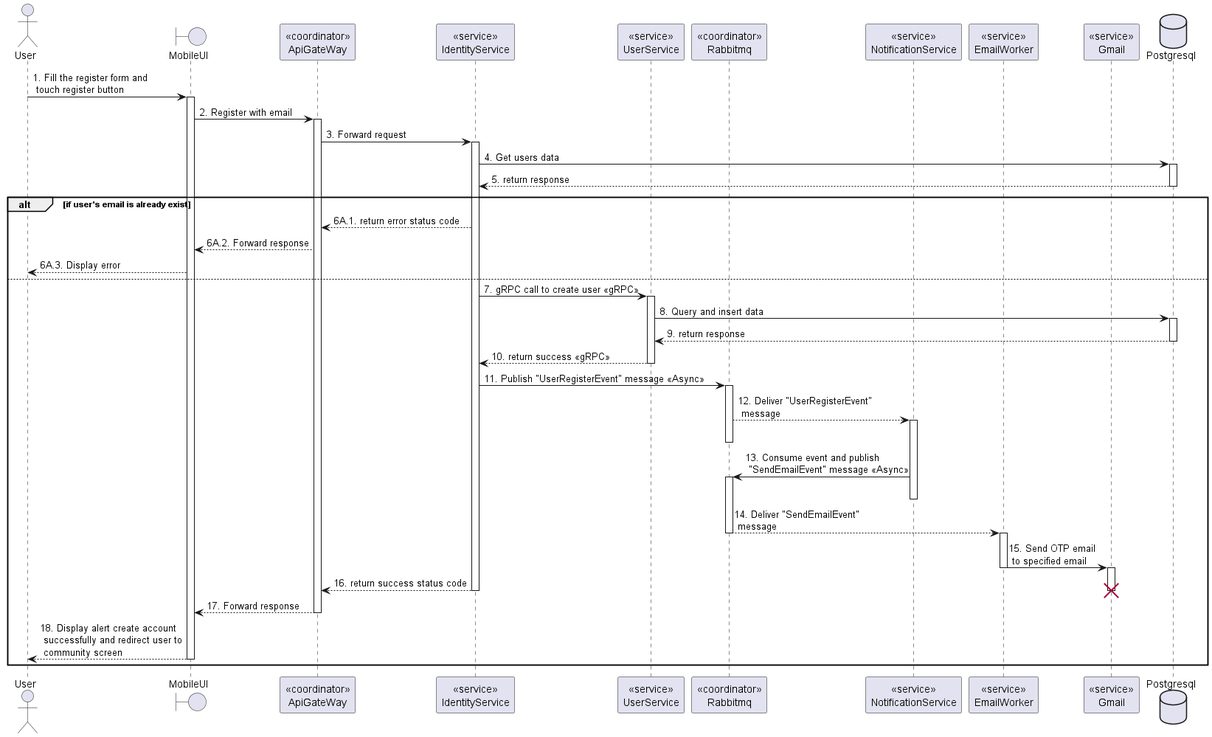
The PlantUML diagram doc/SDS/Identity/Register/Sequence.png in Carl-Johnsons/tastopia, before a commit. Its diagram source:
```plantuml
@startuml Sequence
actor User
boundary MobileUI
participant "<<coordinator>>\nApiGateWay" as ApiGateway
participant "<<service>>\nIdentityService" as IdentityService
participant "<<service>>\nUserService"  as UserService
participant "<<coordinator>>\nRabbitmq"  as Rabbitmq
participant "<<service>>\nNotificationService" as NotificationService
participant "<<service>>\nEmailWorker" as EmailWorker
participant "<<service>>\nGmail" as Gmail
database Postgresql

User -> MobileUI++: 1. Fill the register form and \n touch register button
MobileUI -> ApiGateway++: 2. Register with email
ApiGateway -> IdentityService++: 3. Forward request
IdentityService -> Postgresql++: 4. Get users data
IdentityService <-- Postgresql--: 5. return response

alt if user's email is already exist
    ApiGateway <-- IdentityService: 6A.1. return error status code
    MobileUI <-- ApiGateway: 6A.2. Forward response
    User <-- MobileUI: 6A.3. Display error
else
    IdentityService -> UserService++: 7. gRPC call to create user <<gRPC>>
    UserService -> Postgresql++: 8. Query and insert data
    UserService <-- Postgresql--: 9. return response
    IdentityService <-- UserService--: 10. return success <<gRPC>>

    IdentityService -> Rabbitmq++: 11. Publish "UserRegisterEvent" message <<Async>>
    Rabbitmq --> NotificationService: 12. Deliver "UserRegisterEvent"\n message
    activate NotificationService
    deactivate Rabbitmq
    NotificationService -> Rabbitmq: 13. Consume event and publish \n "SendEmailEvent" message <<Async>>
    activate Rabbitmq
    deactivate NotificationService
    Rabbitmq --> EmailWorker: 14. Deliver "SendEmailEvent"\n message
    deactivate Rabbitmq
    activate EmailWorker
    EmailWorker -> Gmail: 15. Send OTP email\n to specified email
    deactivate EmailWorker
    activate Gmail
    ApiGateway <-- IdentityService--: 16. return success status code
    deactivate Gmail
    destroy Gmail
    MobileUI <-- ApiGateway--: 17. Forward response
    User <-- MobileUI--: 18. Display alert create account\n successfully and redirect user to\n community screen
end

@enduml
```
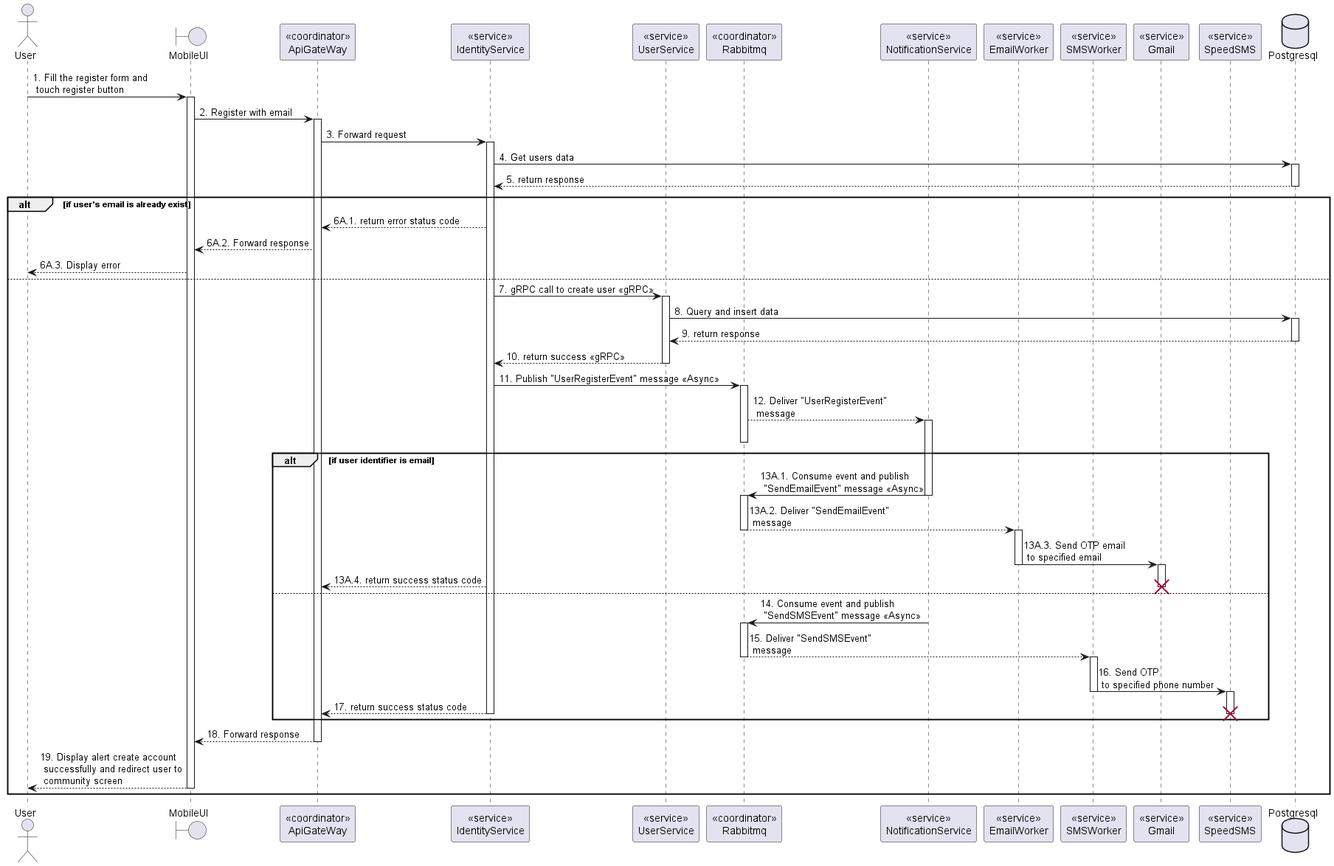
After the change.

Commit message:
doc: update identity sequence

What changed in the source:
```diff
@@ -7,7 +7,9 @@
 participant "<<coordinator>>\nRabbitmq"  as Rabbitmq
 participant "<<service>>\nNotificationService" as NotificationService
 participant "<<service>>\nEmailWorker" as EmailWorker
+participant "<<service>>\nSMSWorker" as SMSWorker
 participant "<<service>>\nGmail" as Gmail
+participant "<<service>>\nSpeedSMS" as SpeedSMS
 database Postgresql
 
 User -> MobileUI++: 1. Fill the register form and \n touch register button
@@ -30,20 +32,40 @@
     Rabbitmq --> NotificationService: 12. Deliver "UserRegisterEvent"\n message
     activate NotificationService
     deactivate Rabbitmq
-    NotificationService -> Rabbitmq: 13. Consume event and publish \n "SendEmailEvent" message <<Async>>
-    activate Rabbitmq
-    deactivate NotificationService
-    Rabbitmq --> EmailWorker: 14. Deliver "SendEmailEvent"\n message
-    deactivate Rabbitmq
-    activate EmailWorker
-    EmailWorker -> Gmail: 15. Send OTP email\n to specified email
-    deactivate EmailWorker
-    activate Gmail
-    ApiGateway <-- IdentityService--: 16. return success status code
-    deactivate Gmail
-    destroy Gmail
-    MobileUI <-- ApiGateway--: 17. Forward response
-    User <-- MobileUI--: 18. Display alert create account\n successfully and redirect user to\n community screen
+
+    alt if user identifier is email
+      NotificationService -> Rabbitmq: 13A.1. Consume event and publish \n "SendEmailEvent" message <<Async>>
+      deactivate NotificationService
+      activate Rabbitmq
+      Rabbitmq --> EmailWorker: 13A.2. Deliver "SendEmailEvent"\n message
+      deactivate Rabbitmq
+      activate EmailWorker
+      EmailWorker -> Gmail: 13A.3. Send OTP email\n to specified email
+      deactivate EmailWorker
+      activate Gmail
+
+      ApiGateway <-- IdentityService: 13A.4. return success status code
+      deactivate Gmail
+      destroy Gmail
+    else
+      NotificationService -> Rabbitmq: 14. Consume event and publish \n "SendSMSEvent" message <<Async>>
+      deactivate NotificationService
+      activate Rabbitmq
+      Rabbitmq --> SMSWorker: 15. Deliver "SendSMSEvent"\n message
+      deactivate Rabbitmq
+      activate SMSWorker
+      SMSWorker -> SpeedSMS: 16. Send OTP \n to specified phone number
+      deactivate SMSWorker
+      activate SpeedSMS
+
+      ApiGateway <-- IdentityService--: 17. return success status code
+      deactivate SpeedSMS
+      destroy SpeedSMS
+    end
+
+
+    MobileUI <-- ApiGateway--: 18. Forward response
+    User <-- MobileUI--: 19. Display alert create account\n successfully and redirect user to\n community screen
 end
 
 @enduml
```
